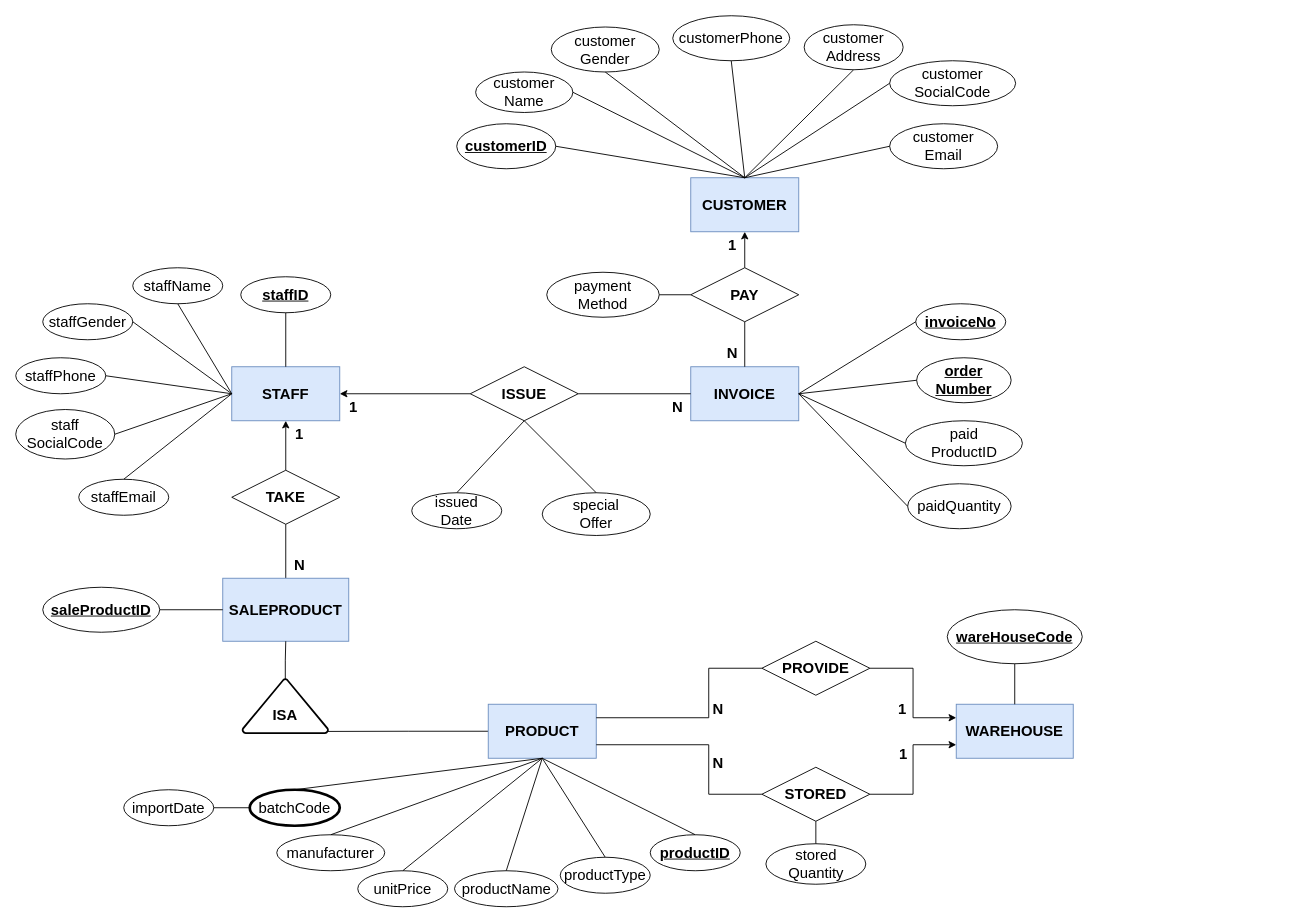
The draw.io diagram ERD.drawio in BradKhai29/DBI202_FinalAssignment, before the edit. Source tidied: cells renumbered, new cells numbered last; positions are measured from the earlier drawing's top-left corner, leaving out a move shared by most shapes. Both pictures are drawn from the tidied source at 90%, with x=0, y=0 at pixel (15, 15).
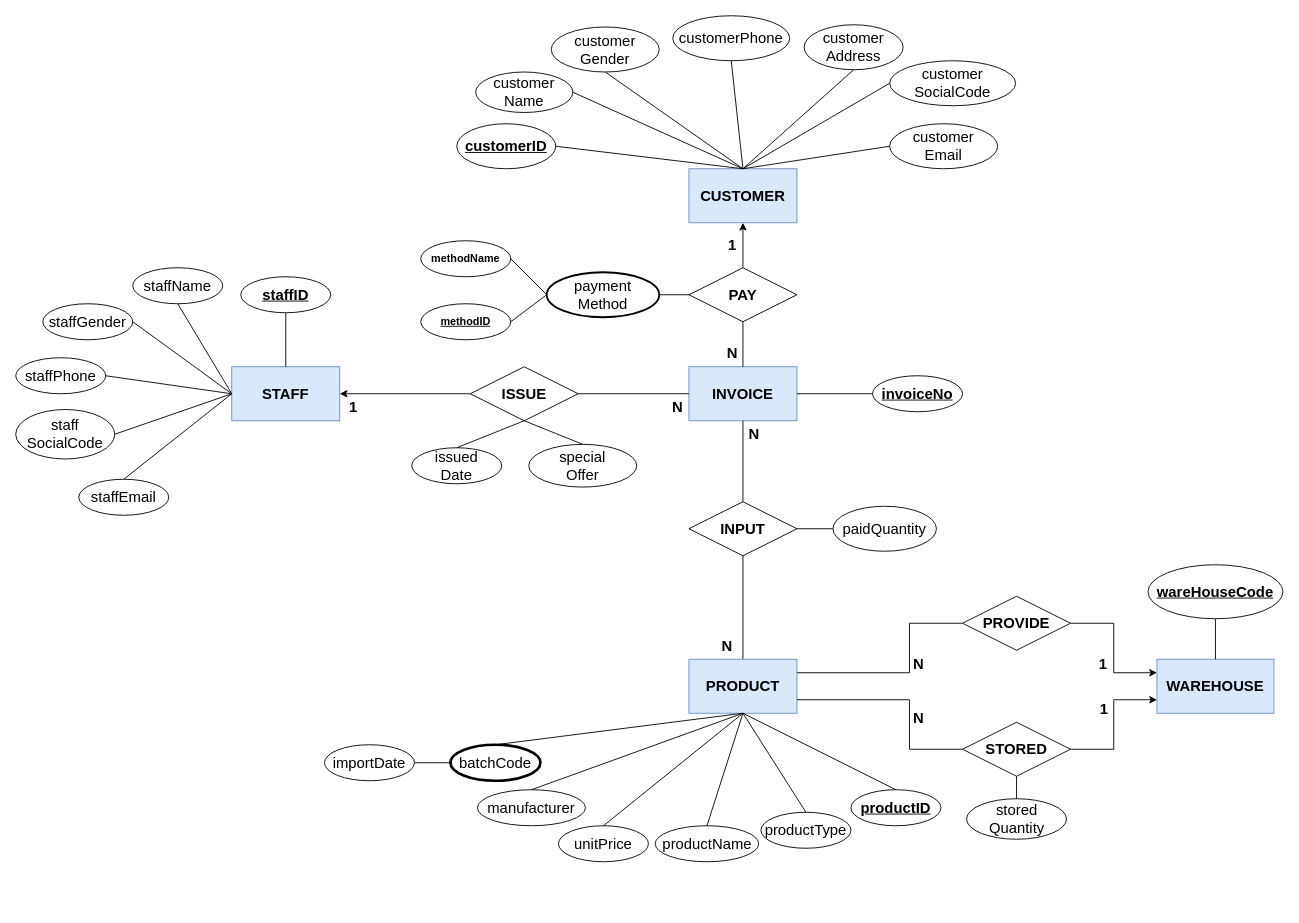
The same diagram, later.

Unchanged cells that the change refers to:
```xml
<mxCell id="6" value="&lt;span style=&quot;font-size: 16.5px;&quot;&gt;&lt;font style=&quot;font-size: 16.5px;&quot;&gt;STAFF&lt;/font&gt;&lt;/span&gt;" style="rounded=0;whiteSpace=wrap;html=1;fontStyle=1;fillColor=#dae8fc;strokeColor=#6c8ebf;fontSize=16.5;" parent="1" vertex="1">
  <mxGeometry x="240" y="390" width="120" height="60" as="geometry" />
</mxCell>
```

Change to the diagram source:
```diff
@@
     <mxCell id="3" value="&lt;span id=&quot;docs-internal-guid-eafbfbee-7fff-0a85-2df2-e815acc4d1be&quot; style=&quot;font-size: 16.5px;&quot;&gt;&lt;span style=&quot;font-size: 16.5px; font-family: Arial; background-color: transparent; font-variant-numeric: normal; font-variant-east-asian: normal; vertical-align: baseline;&quot;&gt;CUSTOMER&lt;/span&gt;&lt;/span&gt;" style="rounded=0;whiteSpace=wrap;html=1;fontStyle=1;fillColor=#dae8fc;strokeColor=#6c8ebf;fontSize=16.5;" parent="1" vertex="1">
-      <mxGeometry x="750" y="180" width="120" height="60" as="geometry" />
+      <mxGeometry x="748" y="170" width="120" height="60" as="geometry" />
     </mxCell>
-    <mxCell id="4" style="edgeStyle=orthogonalEdgeStyle;rounded=0;jettySize=auto;html=1;entryX=0.5;entryY=0;entryDx=0;entryDy=0;endArrow=none;endFill=0;fontStyle=1;startArrow=classic;startFill=1;fontSize=16.5;" parent="1" edge="1" source="6" target="20">
-      <mxGeometry relative="1" as="geometry" />
-    </mxCell>
@@
     <mxCell id="7" value="&lt;span id=&quot;docs-internal-guid-03f4aca6-7fff-a8e5-e9ba-d91f82704c3d&quot; style=&quot;font-size: 16.5px;&quot;&gt;&lt;span style=&quot;font-size: 16.5px; font-family: Arial; background-color: transparent; font-variant-numeric: normal; font-variant-east-asian: normal; vertical-align: baseline;&quot;&gt;INVOICE&lt;/span&gt;&lt;/span&gt;" style="rounded=0;whiteSpace=wrap;html=1;fontStyle=1;fillColor=#dae8fc;strokeColor=#6c8ebf;fontSize=16.5;" parent="1" vertex="1">
-      <mxGeometry x="750" y="390" width="120" height="60" as="geometry" />
+      <mxGeometry x="748" y="390" width="120" height="60" as="geometry" />
     </mxCell>
-    <mxCell id="8" style="edgeStyle=orthogonalEdgeStyle;rounded=0;jettySize=auto;html=1;entryX=0.99;entryY=0.97;entryDx=0;entryDy=0;entryPerimeter=0;fontSize=16.5;endArrow=none;endFill=0;" parent="1" edge="1" source="9" target="88">
-      <mxGeometry relative="1" as="geometry" />
-    </mxCell>
+    <mxCell id="97" style="edgeStyle=orthogonalEdgeStyle;rounded=0;jettySize=auto;html=1;entryX=0.5;entryY=1;entryDx=0;entryDy=0;endArrow=none;endFill=0;" parent="1" edge="1" source="9" target="20">
+      <mxGeometry relative="1" as="geometry" />
+    </mxCell>
     <mxCell id="9" value="&lt;span style=&quot;font-size: 16.5px;&quot;&gt;&lt;span style=&quot;font-size: 16.5px;&quot;&gt;PRODUCT&lt;/span&gt;&lt;/span&gt;" style="rounded=0;whiteSpace=wrap;html=1;fontStyle=1;fillColor=#dae8fc;strokeColor=#6c8ebf;fontSize=16.5;" parent="1" vertex="1">
-      <mxGeometry x="525" y="765" width="120" height="60" as="geometry" />
+      <mxGeometry x="748" y="715" width="120" height="60" as="geometry" />
     </mxCell>
     <mxCell id="10" value="&lt;span style=&quot;font-size: 16.5px;&quot;&gt;WAREHOUSE&lt;/span&gt;" style="whiteSpace=wrap;html=1;align=center;fontSize=16.5;fontStyle=1;fillColor=#dae8fc;strokeColor=#6c8ebf;" parent="1" vertex="1">
-      <mxGeometry x="1045" y="765" width="130" height="60" as="geometry" />
+      <mxGeometry x="1268" y="715" width="130" height="60" as="geometry" />
     </mxCell>
     <mxCell id="11" style="edgeStyle=orthogonalEdgeStyle;rounded=0;jettySize=auto;html=1;exitX=0;exitY=0.5;exitDx=0;exitDy=0;entryX=1;entryY=0.25;entryDx=0;entryDy=0;startArrow=none;startFill=0;endArrow=none;endFill=0;fontStyle=1;fontSize=16.5;" parent="1" edge="1" source="13" target="9">
       <mxGeometry relative="1" as="geometry">
         <Array as="points">
-          <mxPoint x="770" y="725" />
-          <mxPoint x="770" y="780" />
+          <mxPoint x="993" y="675" />
+          <mxPoint x="993" y="730" />
         </Array>
       </mxGeometry>
     </mxCell>
@@
     <mxCell id="13" value="&lt;span style=&quot;font-size: 16.5px;&quot;&gt;&lt;font style=&quot;font-size: 16.5px;&quot;&gt;PROVIDE&lt;/font&gt;&lt;/span&gt;" style="shape=rhombus;perimeter=rhombusPerimeter;whiteSpace=wrap;html=1;align=center;fontStyle=1;fontSize=16.5;" parent="1" vertex="1">
-      <mxGeometry x="829" y="695" width="120" height="60" as="geometry" />
+      <mxGeometry x="1052" y="645" width="120" height="60" as="geometry" />
     </mxCell>
@@
     <mxCell id="15" style="edgeStyle=orthogonalEdgeStyle;rounded=0;jettySize=auto;html=1;exitX=0;exitY=0.5;exitDx=0;exitDy=0;entryX=1;entryY=0.75;entryDx=0;entryDy=0;endArrow=none;endFill=0;fontSize=16.5;" parent="1" edge="1" source="16" target="9">
       <mxGeometry relative="1" as="geometry">
         <Array as="points">
-          <mxPoint x="770" y="865" />
-          <mxPoint x="770" y="810" />
+          <mxPoint x="993" y="815" />
+          <mxPoint x="993" y="760" />
         </Array>
       </mxGeometry>
     </mxCell>
     <mxCell id="16" value="&lt;span style=&quot;font-size: 16.5px;&quot;&gt;&lt;font style=&quot;font-size: 16.5px;&quot;&gt;STORED&lt;/font&gt;&lt;/span&gt;" style="shape=rhombus;perimeter=rhombusPerimeter;whiteSpace=wrap;html=1;align=center;fontStyle=1;fontSize=16.5;" parent="1" vertex="1">
-      <mxGeometry x="829" y="835" width="120" height="60" as="geometry" />
+      <mxGeometry x="1052" y="785" width="120" height="60" as="geometry" />
     </mxCell>
     <mxCell id="17" value="&lt;span style=&quot;font-weight: normal; font-size: 16.5px;&quot;&gt;&lt;font style=&quot;font-size: 16.5px;&quot;&gt;stored&lt;br&gt;Quantity&lt;/font&gt;&lt;/span&gt;" style="ellipse;whiteSpace=wrap;html=1;align=center;fontStyle=1;fontSize=16.5;" parent="1" vertex="1">
-      <mxGeometry x="833.5" y="920" width="111" height="45" as="geometry" />
+      <mxGeometry x="1056.5" y="870" width="111" height="45" as="geometry" />
     </mxCell>
@@
     <mxCell id="19" value="&lt;span style=&quot;font-size: 16.5px;&quot;&gt;&lt;font style=&quot;font-size: 16.5px;&quot;&gt;PAY&lt;/font&gt;&lt;/span&gt;" style="shape=rhombus;perimeter=rhombusPerimeter;whiteSpace=wrap;html=1;align=center;fontStyle=1;fontSize=16.5;" parent="1" vertex="1">
-      <mxGeometry x="750" y="280" width="120" height="60" as="geometry" />
+      <mxGeometry x="748" y="280" width="120" height="60" as="geometry" />
     </mxCell>
+    <mxCell id="98" style="edgeStyle=orthogonalEdgeStyle;rounded=0;jettySize=auto;html=1;startArrow=none;startFill=0;endArrow=none;endFill=0;" parent="1" edge="1" source="20" target="7">
+      <mxGeometry relative="1" as="geometry" />
+    </mxCell>
-    <mxCell id="20" value="&lt;span style=&quot;font-size: 16.5px;&quot;&gt;&lt;span style=&quot;font-size: 16.5px;&quot;&gt;TAKE&lt;/span&gt;&lt;/span&gt;" style="shape=rhombus;perimeter=rhombusPerimeter;whiteSpace=wrap;html=1;align=center;fontStyle=1;fontSize=16.5;" parent="1" vertex="1">
-      <mxGeometry x="240" y="505" width="120" height="60" as="geometry" />
+    <mxCell id="20" value="&lt;span style=&quot;font-size: 16.5px;&quot;&gt;INPUT&lt;br&gt;&lt;/span&gt;" style="shape=rhombus;perimeter=rhombusPerimeter;whiteSpace=wrap;html=1;align=center;fontStyle=1;fontSize=16.5;" parent="1" vertex="1">
+      <mxGeometry x="748" y="540" width="120" height="60" as="geometry" />
     </mxCell>
     <mxCell id="21" value="1" style="text;html=1;align=center;verticalAlign=middle;strokeColor=none;fillColor=none;fontStyle=1;fontSize=16.5;" parent="1" vertex="1">
-      <mxGeometry x="970" y="755" width="30" height="30" as="geometry" />
+      <mxGeometry x="1193" y="705" width="30" height="30" as="geometry" />
     </mxCell>
     <mxCell id="22" value="N" style="text;html=1;align=center;verticalAlign=middle;strokeColor=none;fillColor=none;fontStyle=1;fontSize=16.5;" parent="1" vertex="1">
-      <mxGeometry x="760" y="755" width="40" height="30" as="geometry" />
+      <mxGeometry x="983" y="705" width="40" height="30" as="geometry" />
     </mxCell>
     <mxCell id="23" value="N" style="text;html=1;align=center;verticalAlign=middle;strokeColor=none;fillColor=none;fontStyle=1;fontSize=16.5;" parent="1" vertex="1">
-      <mxGeometry x="760" y="815" width="40" height="30" as="geometry" />
+      <mxGeometry x="983" y="765" width="40" height="30" as="geometry" />
     </mxCell>
     <mxCell id="24" value="1" style="text;html=1;align=center;verticalAlign=middle;strokeColor=none;fillColor=none;fontStyle=1;fontSize=16.5;" parent="1" vertex="1">
-      <mxGeometry x="971" y="805" width="30" height="30" as="geometry" />
+      <mxGeometry x="1194" y="755" width="30" height="30" as="geometry" />
     </mxCell>
-    <mxCell id="25" value="1" style="text;html=1;align=center;verticalAlign=middle;strokeColor=none;fillColor=none;fontStyle=1;fontSize=16.5;" parent="1" vertex="1">
-      <mxGeometry x="300" y="450" width="30" height="30" as="geometry" />
-    </mxCell>
-    <mxCell id="26" value="N" style="text;html=1;align=center;verticalAlign=middle;strokeColor=none;fillColor=none;fontStyle=1;fontSize=16.5;" parent="1" vertex="1">
-      <mxGeometry x="295" y="595" width="40" height="30" as="geometry" />
-    </mxCell>
@@
     <mxCell id="33" value="&lt;b style=&quot;font-size: 16.5px;&quot;&gt;&lt;font style=&quot;font-size: 16.5px;&quot;&gt;wareHouseCode&lt;/font&gt;&lt;/b&gt;" style="ellipse;whiteSpace=wrap;html=1;align=center;fontStyle=4;fontSize=16.5;" parent="1" vertex="1">
-      <mxGeometry x="1035" y="660" width="150" height="60" as="geometry" />
+      <mxGeometry x="1258" y="610" width="150" height="60" as="geometry" />
     </mxCell>
     <mxCell id="34" value="manufacturer" style="ellipse;whiteSpace=wrap;html=1;align=center;fontSize=16.5;" parent="1" vertex="1">
-      <mxGeometry x="290" y="910" width="120" height="40" as="geometry" />
+      <mxGeometry x="513" y="860" width="120" height="40" as="geometry" />
     </mxCell>
     <mxCell id="35" value="unitPrice" style="ellipse;whiteSpace=wrap;html=1;align=center;fontSize=16.5;" parent="1" vertex="1">
-      <mxGeometry x="380" y="950" width="100" height="40" as="geometry" />
+      <mxGeometry x="603" y="900" width="100" height="40" as="geometry" />
     </mxCell>
     <mxCell id="36" value="productName" style="ellipse;whiteSpace=wrap;html=1;align=center;fontSize=16.5;" parent="1" vertex="1">
-      <mxGeometry x="487.5" y="950" width="115" height="40" as="geometry" />
+      <mxGeometry x="710.5" y="900" width="115" height="40" as="geometry" />
     </mxCell>
     <mxCell id="37" value="&lt;span id=&quot;docs-internal-guid-5a97de6d-7fff-c634-a1e0-bdd7a97143d5&quot; style=&quot;font-size: 16.5px;&quot;&gt;&lt;span style=&quot;background-color: transparent; font-variant-numeric: normal; font-variant-east-asian: normal; vertical-align: baseline; font-size: 16.5px;&quot;&gt;&lt;font style=&quot;font-size: 16.5px;&quot;&gt;productType&lt;/font&gt;&lt;/span&gt;&lt;/span&gt;" style="ellipse;whiteSpace=wrap;html=1;align=center;fontSize=16.5;" parent="1" vertex="1">
-      <mxGeometry x="605" y="935" width="100" height="40" as="geometry" />
+      <mxGeometry x="828" y="885" width="100" height="40" as="geometry" />
     </mxCell>
     <mxCell id="38" value="&lt;b style=&quot;font-size: 16.5px;&quot;&gt;&lt;font style=&quot;font-size: 16.5px;&quot;&gt;productID&lt;/font&gt;&lt;/b&gt;" style="ellipse;whiteSpace=wrap;html=1;align=center;fontStyle=4;fontSize=16.5;" parent="1" vertex="1">
-      <mxGeometry x="705" y="910" width="100" height="40" as="geometry" />
+      <mxGeometry x="928" y="860" width="100" height="40" as="geometry" />
     </mxCell>
@@
     <mxCell id="41" value="batchCode" style="ellipse;whiteSpace=wrap;html=1;align=center;strokeWidth=3;fontSize=16.5;" parent="1" vertex="1">
-      <mxGeometry x="260" y="860" width="100" height="40" as="geometry" />
+      <mxGeometry x="483" y="810" width="100" height="40" as="geometry" />
     </mxCell>
     <mxCell id="42" value="importDate" style="ellipse;whiteSpace=wrap;html=1;align=center;fontSize=16.5;" parent="1" vertex="1">
-      <mxGeometry x="120" y="860" width="100" height="40" as="geometry" />
+      <mxGeometry x="343" y="810" width="100" height="40" as="geometry" />
     </mxCell>
@@
     <mxCell id="76" value="&lt;b style=&quot;font-size: 16.5px;&quot;&gt;invoiceNo&lt;/b&gt;" style="ellipse;whiteSpace=wrap;html=1;align=center;fontStyle=4;strokeWidth=1;fontFamily=Helvetica;fontSize=16.5;" parent="1" vertex="1">
-      <mxGeometry x="1000" y="320" width="100" height="40" as="geometry" />
+      <mxGeometry x="952" y="400" width="100" height="40" as="geometry" />
     </mxCell>
-    <mxCell id="77" value="payment&lt;br style=&quot;font-size: 16.5px;&quot;&gt;Method" style="ellipse;whiteSpace=wrap;html=1;align=center;strokeWidth=1;fontFamily=Helvetica;fontSize=16.5;" parent="1" vertex="1">
+    <mxCell id="77" value="payment&lt;br style=&quot;font-size: 16.5px;&quot;&gt;Method" style="ellipse;whiteSpace=wrap;html=1;align=center;strokeWidth=2;fontFamily=Helvetica;fontSize=16.5;" parent="1" vertex="1">
       <mxGeometry x="590" y="285" width="125" height="50" as="geometry" />
     </mxCell>
     <mxCell id="78" value="special&lt;br style=&quot;font-size: 16.5px;&quot;&gt;Offer" style="ellipse;whiteSpace=wrap;html=1;align=center;strokeWidth=1;fontFamily=Helvetica;fontSize=16.5;" parent="1" vertex="1">
-      <mxGeometry x="585" y="530" width="120" height="47.5" as="geometry" />
+      <mxGeometry x="570" y="476.2" width="120" height="47.5" as="geometry" />
     </mxCell>
@@
     <mxCell id="82" value="issued&lt;br style=&quot;font-size: 16.5px;&quot;&gt;Date" style="ellipse;whiteSpace=wrap;html=1;align=center;strokeWidth=1;fontFamily=Helvetica;fontSize=16.5;" parent="1" vertex="1">
-      <mxGeometry x="440" y="530" width="100" height="40" as="geometry" />
+      <mxGeometry x="440" y="480" width="100" height="40" as="geometry" />
     </mxCell>
@@
-    <mxCell id="84" value="&lt;b&gt;saleProductID&lt;/b&gt;" style="ellipse;whiteSpace=wrap;html=1;align=center;fontStyle=4;fontSize=16.5;" parent="1" vertex="1">
-      <mxGeometry x="30" y="635" width="130" height="50" as="geometry" />
-    </mxCell>
-    <mxCell id="85" style="edgeStyle=orthogonalEdgeStyle;rounded=0;jettySize=auto;html=1;startArrow=none;startFill=0;endArrow=none;endFill=0;fontSize=16.5;" parent="1" edge="1" source="86" target="20">
-      <mxGeometry relative="1" as="geometry" />
-    </mxCell>
-    <mxCell id="86" value="&lt;span style=&quot;font-size: 16.5px;&quot;&gt;SALEPRODUCT&lt;/span&gt;" style="rounded=0;whiteSpace=wrap;html=1;fontStyle=1;fillColor=#dae8fc;strokeColor=#6c8ebf;fontSize=16.5;" parent="1" vertex="1">
-      <mxGeometry x="230" y="625" width="140" height="70" as="geometry" />
-    </mxCell>
-    <mxCell id="87" style="edgeStyle=orthogonalEdgeStyle;rounded=0;jettySize=auto;html=1;fontSize=16.5;endArrow=none;endFill=0;" parent="1" edge="1" source="88" target="86">
-      <mxGeometry relative="1" as="geometry" />
-    </mxCell>
-    <mxCell id="88" value="&lt;b style=&quot;font-size: 16.5px;&quot;&gt;&lt;font style=&quot;font-size: 16.5px;&quot;&gt;&lt;br style=&quot;font-size: 16.5px;&quot;&gt;ISA&lt;/font&gt;&lt;/b&gt;" style="strokeWidth=2;html=1;shape=mxgraph.flowchart.extract_or_measurement;whiteSpace=wrap;fontSize=16.5;" parent="1" vertex="1">
-      <mxGeometry x="252" y="737" width="95" height="60" as="geometry" />
-    </mxCell>
-    <mxCell id="89" style="endArrow=none;html=1;rounded=0;fontFamily=Helvetica;fontSize=16.5;exitX=0;exitY=0.5;exitDx=0;exitDy=0;entryX=1;entryY=0.5;entryDx=0;entryDy=0;" parent="1" edge="1" source="86" target="84">
-      <mxGeometry relative="1" as="geometry" />
-    </mxCell>
     <mxCell id="90" style="edgeStyle=orthogonalEdgeStyle;rounded=0;orthogonalLoop=1;jettySize=auto;html=1;exitX=0.5;exitY=1;exitDx=0;exitDy=0;fontSize=16.5;startArrow=classic;startFill=1;endArrow=classic;endFill=1;" parent="1" edge="1">
       <mxGeometry relative="1" as="geometry">
-        <mxPoint x="452.5" y="590" as="sourcePoint" />
-        <mxPoint x="452.5" y="590" as="targetPoint" />
+        <mxPoint x="675.5" y="540" as="sourcePoint" />
+        <mxPoint x="675.5" y="540" as="targetPoint" />
       </mxGeometry>
     </mxCell>
-    <mxCell id="91" value="&lt;b&gt;&lt;u&gt;order&lt;br style=&quot;font-size: 16.5px;&quot;&gt;Number&lt;/u&gt;&lt;/b&gt;" style="ellipse;whiteSpace=wrap;html=1;align=center;strokeWidth=1;fontFamily=Helvetica;fontSize=16.5;" parent="1" vertex="1">
-      <mxGeometry x="1001" y="380" width="105" height="50" as="geometry" />
-    </mxCell>
-    <mxCell id="92" style="endArrow=none;html=1;rounded=0;fontFamily=Helvetica;fontSize=16.5;exitX=1;exitY=0.5;exitDx=0;exitDy=0;entryX=0;entryY=0.5;entryDx=0;entryDy=0;" parent="1" edge="1" source="7" target="91">
-      <mxGeometry relative="1" as="geometry" />
-    </mxCell>
     <mxCell id="93" value="&lt;span style=&quot;font-weight: normal; font-size: 16.5px;&quot;&gt;paidQuantity&lt;/span&gt;" style="ellipse;whiteSpace=wrap;html=1;align=center;fontStyle=1;fontSize=16.5;" parent="1" vertex="1">
-      <mxGeometry x="991" y="520" width="115" height="50" as="geometry" />
+      <mxGeometry x="908" y="545" width="115" height="50" as="geometry" />
     </mxCell>
-    <mxCell id="94" style="endArrow=none;html=1;rounded=0;fontFamily=Helvetica;fontSize=16.5;exitX=1;exitY=0.5;exitDx=0;exitDy=0;entryX=0;entryY=0.5;entryDx=0;entryDy=0;" parent="1" edge="1" source="7" target="93">
+    <mxCell id="94" style="endArrow=none;html=1;rounded=0;fontFamily=Helvetica;fontSize=16.5;exitX=1;exitY=0.5;exitDx=0;exitDy=0;entryX=0;entryY=0.5;entryDx=0;entryDy=0;" parent="1" edge="1" source="20" target="93">
       <mxGeometry relative="1" as="geometry" />
     </mxCell>
-    <mxCell id="95" value="&lt;span style=&quot;font-size: 16.5px; font-weight: normal;&quot;&gt;paid&lt;br&gt;ProductID&lt;/span&gt;" style="ellipse;whiteSpace=wrap;html=1;align=center;fontStyle=1;fontSize=16.5;" parent="1" vertex="1">
-      <mxGeometry x="988.5" y="450" width="130" height="50" as="geometry" />
-    </mxCell>
-    <mxCell id="96" style="endArrow=none;html=1;rounded=0;fontFamily=Helvetica;fontSize=16.5;exitX=1;exitY=0.5;exitDx=0;exitDy=0;entryX=0;entryY=0.5;entryDx=0;entryDy=0;" parent="1" edge="1" source="7" target="95">
-      <mxGeometry relative="1" as="geometry" />
-    </mxCell>
+    <mxCell id="99" value="N" style="text;html=1;align=center;verticalAlign=middle;strokeColor=none;fillColor=none;fontStyle=1;fontSize=16.5;" parent="1" vertex="1">
+      <mxGeometry x="770" y="685" width="40" height="30" as="geometry" />
+    </mxCell>
+    <mxCell id="100" value="N" style="text;html=1;align=center;verticalAlign=middle;strokeColor=none;fillColor=none;fontStyle=1;fontSize=16.5;" parent="1" vertex="1">
+      <mxGeometry x="800" y="450" width="40" height="30" as="geometry" />
+    </mxCell>
+    <mxCell id="101" value="methodName" style="ellipse;whiteSpace=wrap;html=1;align=center;fontStyle=1;" parent="1" vertex="1">
+      <mxGeometry x="450" y="250" width="100" height="40" as="geometry" />
+    </mxCell>
+    <mxCell id="102" value="methodID" style="ellipse;whiteSpace=wrap;html=1;align=center;fontStyle=5;" parent="1" vertex="1">
+      <mxGeometry x="450" y="320" width="100" height="40" as="geometry" />
+    </mxCell>
+    <mxCell id="103" style="endArrow=none;html=1;rounded=0;exitX=1;exitY=0.5;exitDx=0;exitDy=0;entryX=0;entryY=0.5;entryDx=0;entryDy=0;" parent="1" edge="1" source="101" target="77">
+      <mxGeometry relative="1" as="geometry" />
+    </mxCell>
+    <mxCell id="104" style="endArrow=none;html=1;rounded=0;exitX=0;exitY=0.5;exitDx=0;exitDy=0;entryX=1;entryY=0.5;entryDx=0;entryDy=0;" parent="1" edge="1" source="77" target="102">
+      <mxGeometry relative="1" as="geometry" />
+    </mxCell>
```
